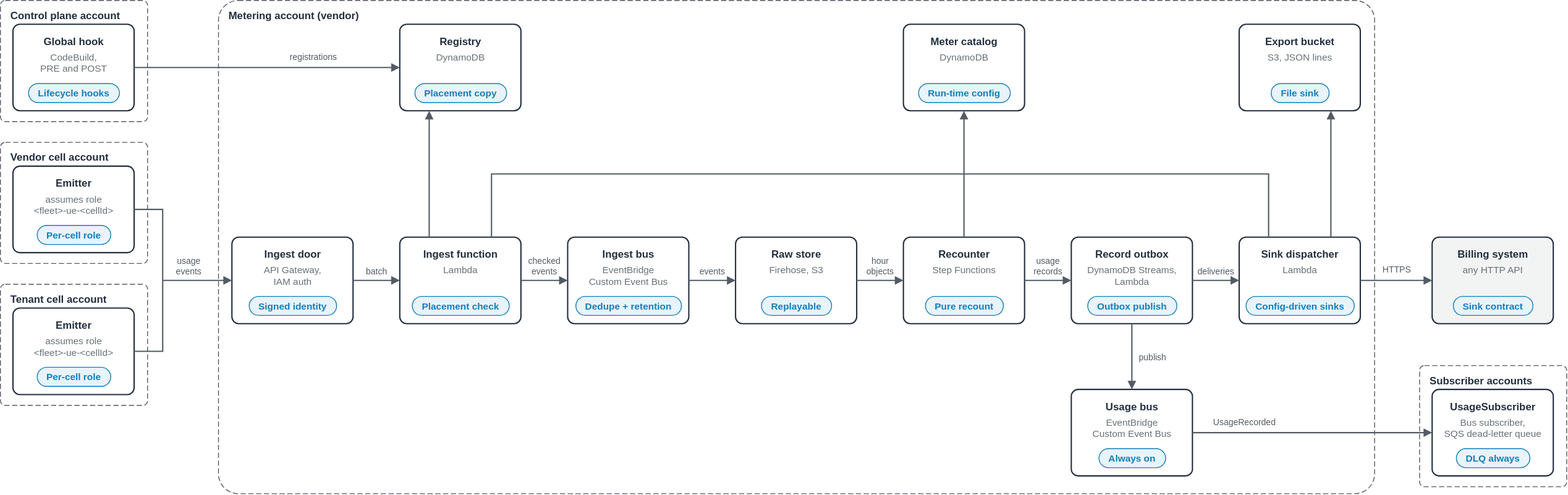
Before: samples/tenant-usage-metering/diagrams/tenant-usage-metering.components.drawio.svg, a diagram exported from draw.io (aws-samples/sample-agentic-ai-acceleration-patterns). Source tidied: cells renumbered, new cells last; positions are measured from the earlier drawing's top-left corner, leaving out a move shared by most shapes.
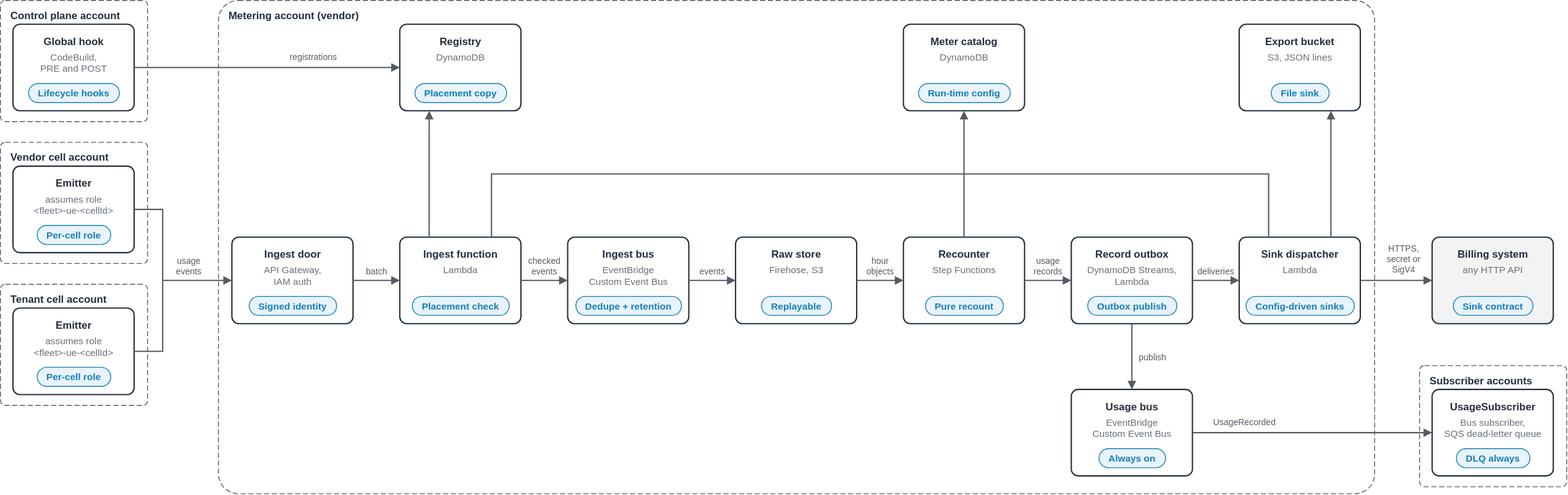
Later version of the same file.

Change to the diagram source:
```diff
@@ -332,8 +332,8 @@
     <mxCell id="98" style="edgeStyle=orthogonalEdgeStyle;rounded=0;html=0;strokeColor=#545B64;strokeWidth=1.5;endArrow=block;endFill=1;exitX=1;exitY=0.5;entryX=0;entryY=0.5;" parent="1" edge="1" source="43" target="63">
       <mxGeometry relative="1" as="geometry" />
     </mxCell>
-    <mxCell id="99" value="HTTPS" style="text;html=0;align=center;verticalAlign=bottom;fontSize=10;fontStyle=0;fontColor=#545B64;spacing=0;spacingTop=0;" parent="1" vertex="1">
-      <mxGeometry x="1592" y="304" width="44" height="14" as="geometry" />
+    <mxCell id="99" value="HTTPS,&#10;secret or&#10;SigV4" style="text;html=0;align=center;verticalAlign=bottom;fontSize=10;fontStyle=0;fontColor=#545B64;spacing=0;spacingTop=0;" parent="1" vertex="1">
+      <mxGeometry x="1590" y="276" width="64" height="42" as="geometry" />
     </mxCell>
   </root>
 </mxGraphModel>
```
